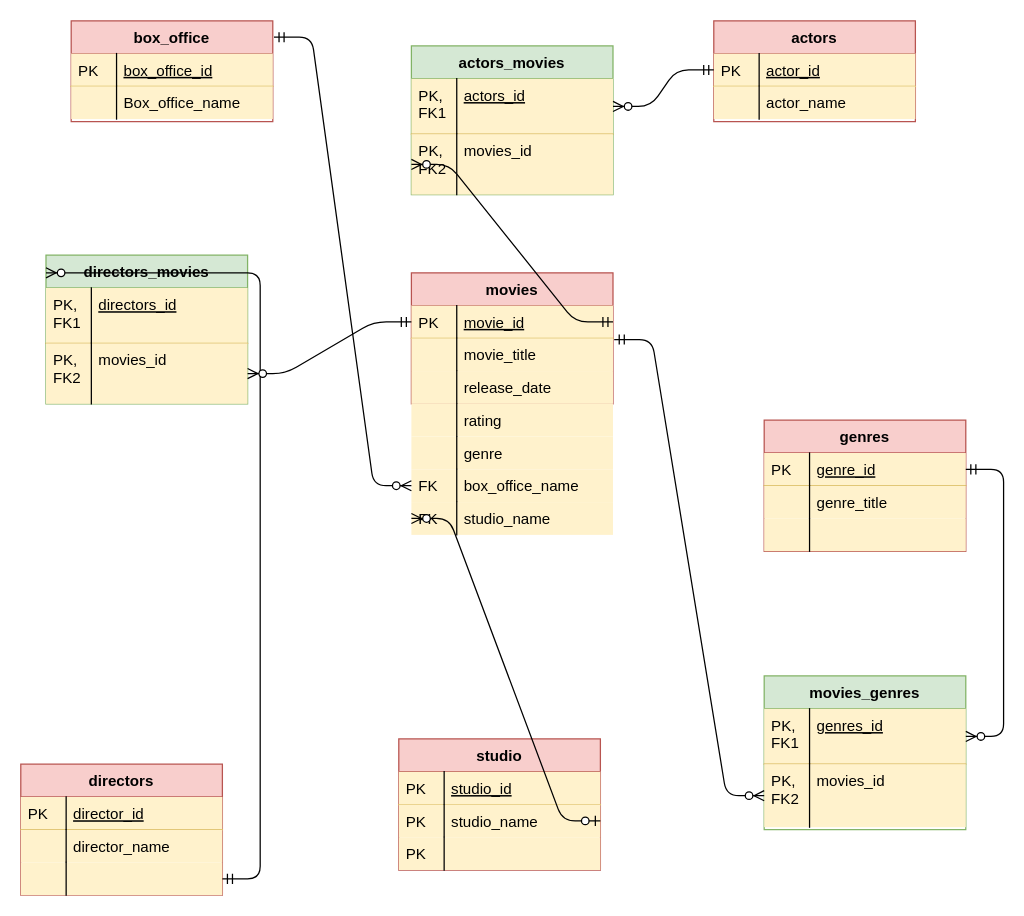
Above: database.drawio in JustinasK97/Database2020 (draw.io), before the change. Source tidied: cells renumbered, new cells numbered last; positions are measured from the earlier drawing's top-left corner, leaving out a move shared by most shapes. Both pictures are drawn from the tidied source at 126%, with x=0, y=0 at pixel (20, 20).
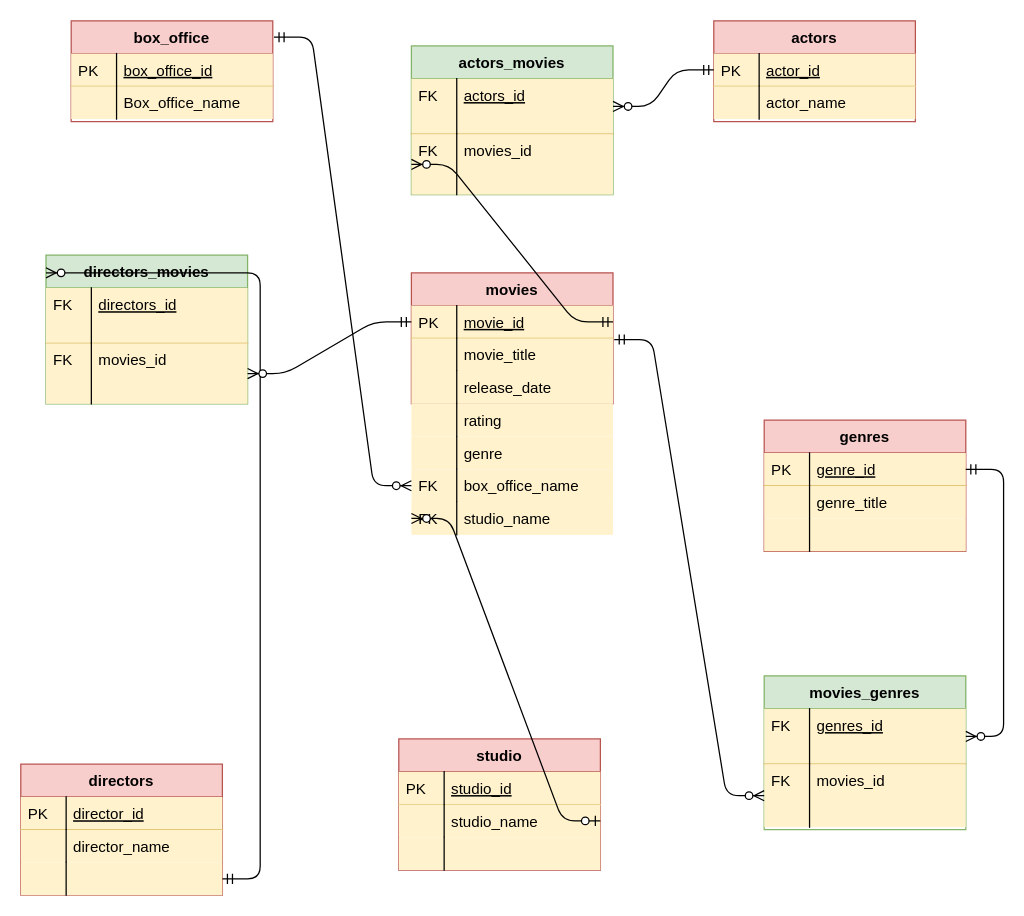
The same page after the edit.

The change refers to these unchanged cells:
```xml
<mxCell id="12" value="studio_name" style="shape=partialRectangle;top=0;left=0;right=0;bottom=0;align=left;verticalAlign=top;fillColor=#fff2cc;spacingLeft=40;spacingRight=4;overflow=hidden;points=[[0,0.5],[1,0.5]];portConstraint=eastwest;rounded=0;shadow=0;strokeWidth=1;strokeColor=#d6b656;" parent="9" vertex="1">
  <mxGeometry y="52" width="160" height="26" as="geometry" />
</mxCell>
<mxCell id="14" style="shape=partialRectangle;top=0;left=0;right=0;bottom=0;align=left;verticalAlign=top;fillColor=#fff2cc;spacingLeft=40;spacingRight=4;overflow=hidden;rounded=0;shadow=0;strokeWidth=1;strokeColor=#d6b656;" parent="9" vertex="1">
  <mxGeometry y="78" width="160" height="26" as="geometry" />
</mxCell>
<mxCell id="47" value="actors_id" style="shape=partialRectangle;top=0;left=0;right=0;bottom=1;align=left;verticalAlign=top;fillColor=#fff2cc;spacingLeft=40;spacingRight=4;overflow=hidden;points=[[0,0.5],[1,0.5]];portConstraint=eastwest;rounded=0;shadow=0;strokeWidth=1;fontStyle=4;strokeColor=#d6b656;" parent="46" vertex="1">
  <mxGeometry y="26" width="160" height="44" as="geometry" />
</mxCell>
<mxCell id="49" value="movies_id" style="shape=partialRectangle;top=0;left=0;right=0;bottom=0;align=left;verticalAlign=top;fillColor=#fff2cc;spacingLeft=40;spacingRight=4;overflow=hidden;points=[[0,0.5],[1,0.5]];portConstraint=eastwest;rounded=0;shadow=0;strokeWidth=1;strokeColor=#d6b656;" parent="46" vertex="1">
  <mxGeometry y="70" width="160" height="48" as="geometry" />
</mxCell>
<mxCell id="52" value="genres_id" style="shape=partialRectangle;top=0;left=0;right=0;bottom=1;align=left;verticalAlign=top;fillColor=#fff2cc;spacingLeft=40;spacingRight=4;overflow=hidden;points=[[0,0.5],[1,0.5]];portConstraint=eastwest;rounded=0;shadow=0;strokeWidth=1;fontStyle=4;strokeColor=#d6b656;" parent="51" vertex="1">
  <mxGeometry y="26" width="160" height="44" as="geometry" />
</mxCell>
<mxCell id="54" value="movies_id" style="shape=partialRectangle;top=0;left=0;right=0;bottom=0;align=left;verticalAlign=top;fillColor=#fff2cc;spacingLeft=40;spacingRight=4;overflow=hidden;points=[[0,0.5],[1,0.5]];portConstraint=eastwest;rounded=0;shadow=0;strokeWidth=1;strokeColor=#d6b656;" parent="51" vertex="1">
  <mxGeometry y="70" width="160" height="50" as="geometry" />
</mxCell>
<mxCell id="57" value="directors_id" style="shape=partialRectangle;top=0;left=0;right=0;bottom=1;align=left;verticalAlign=top;fillColor=#fff2cc;spacingLeft=40;spacingRight=4;overflow=hidden;rounded=0;shadow=0;strokeWidth=1;fontStyle=4;strokeColor=#d6b656;" parent="56" vertex="1">
  <mxGeometry y="26" width="160" height="44" as="geometry" />
</mxCell>
<mxCell id="59" value="movies_id" style="shape=partialRectangle;top=0;left=0;right=0;bottom=0;align=left;verticalAlign=top;fillColor=#fff2cc;spacingLeft=40;spacingRight=4;overflow=hidden;points=[[0,0.5],[1,0.5]];portConstraint=eastwest;rounded=0;shadow=0;strokeWidth=1;strokeColor=#d6b656;" parent="56" vertex="1">
  <mxGeometry y="70" width="160" height="48" as="geometry" />
</mxCell>
```

Diff of the diagram source:
```diff
@@
-    <mxCell id="13" value="PK" style="shape=partialRectangle;top=0;left=0;bottom=0;fillColor=none;align=left;verticalAlign=top;spacingLeft=4;spacingRight=4;overflow=hidden;" parent="12" vertex="1">
+    <mxCell id="13" style="shape=partialRectangle;top=0;left=0;bottom=0;fillColor=none;align=left;verticalAlign=top;spacingLeft=4;spacingRight=4;overflow=hidden;" parent="12" vertex="1">
       <mxGeometry width="36" height="26" as="geometry" />
     </mxCell>
@@
-    <mxCell id="15" value="PK" style="shape=partialRectangle;top=0;left=0;bottom=0;fillColor=none;align=left;verticalAlign=top;spacingLeft=4;spacingRight=4;overflow=hidden;" parent="14" vertex="1">
+    <mxCell id="15" style="shape=partialRectangle;top=0;left=0;bottom=0;fillColor=none;align=left;verticalAlign=top;spacingLeft=4;spacingRight=4;overflow=hidden;" parent="14" vertex="1">
       <mxGeometry width="36" height="26" as="geometry" />
     </mxCell>
@@
-    <mxCell id="48" value="PK,&#10;FK1" style="shape=partialRectangle;top=0;left=0;bottom=0;fillColor=none;align=left;verticalAlign=top;spacingLeft=4;spacingRight=4;overflow=hidden;" parent="47" vertex="1">
+    <mxCell id="48" value="FK" style="shape=partialRectangle;top=0;left=0;bottom=0;fillColor=none;align=left;verticalAlign=top;spacingLeft=4;spacingRight=4;overflow=hidden;" parent="47" vertex="1">
       <mxGeometry width="36" height="44" as="geometry" />
     </mxCell>
@@
-    <mxCell id="50" value="PK,&#10;FK2" style="shape=partialRectangle;top=0;left=0;bottom=0;fillColor=none;align=left;verticalAlign=top;spacingLeft=4;spacingRight=4;overflow=hidden;" parent="49" vertex="1">
+    <mxCell id="50" value="FK" style="shape=partialRectangle;top=0;left=0;bottom=0;fillColor=none;align=left;verticalAlign=top;spacingLeft=4;spacingRight=4;overflow=hidden;" parent="49" vertex="1">
       <mxGeometry width="36" height="48" as="geometry" />
     </mxCell>
@@
-    <mxCell id="53" value="PK,&#10;FK1" style="shape=partialRectangle;top=0;left=0;bottom=0;fillColor=none;align=left;verticalAlign=top;spacingLeft=4;spacingRight=4;overflow=hidden;" parent="52" vertex="1">
+    <mxCell id="53" value="FK" style="shape=partialRectangle;top=0;left=0;bottom=0;fillColor=none;align=left;verticalAlign=top;spacingLeft=4;spacingRight=4;overflow=hidden;" parent="52" vertex="1">
       <mxGeometry width="36" height="44" as="geometry" />
     </mxCell>
@@
-    <mxCell id="55" value="PK,&#10;FK2" style="shape=partialRectangle;top=0;left=0;bottom=0;fillColor=none;align=left;verticalAlign=top;spacingLeft=4;spacingRight=4;overflow=hidden;" parent="54" vertex="1">
+    <mxCell id="55" value="FK" style="shape=partialRectangle;top=0;left=0;bottom=0;fillColor=none;align=left;verticalAlign=top;spacingLeft=4;spacingRight=4;overflow=hidden;" parent="54" vertex="1">
       <mxGeometry width="36" height="50" as="geometry" />
     </mxCell>
@@
-    <mxCell id="58" value="PK,&#10;FK1" style="shape=partialRectangle;top=0;left=0;bottom=0;fillColor=none;align=left;verticalAlign=top;spacingLeft=4;spacingRight=4;overflow=hidden;" parent="57" vertex="1">
+    <mxCell id="58" value="FK" style="shape=partialRectangle;top=0;left=0;bottom=0;fillColor=none;align=left;verticalAlign=top;spacingLeft=4;spacingRight=4;overflow=hidden;" parent="57" vertex="1">
       <mxGeometry width="36" height="44" as="geometry" />
     </mxCell>
@@
-    <mxCell id="60" value="PK,&#10;FK2" style="shape=partialRectangle;top=0;left=0;bottom=0;fillColor=none;align=left;verticalAlign=top;spacingLeft=4;spacingRight=4;overflow=hidden;" parent="59" vertex="1">
+    <mxCell id="60" value="FK" style="shape=partialRectangle;top=0;left=0;bottom=0;fillColor=none;align=left;verticalAlign=top;spacingLeft=4;spacingRight=4;overflow=hidden;" parent="59" vertex="1">
       <mxGeometry width="36" height="48" as="geometry" />
     </mxCell>
```
